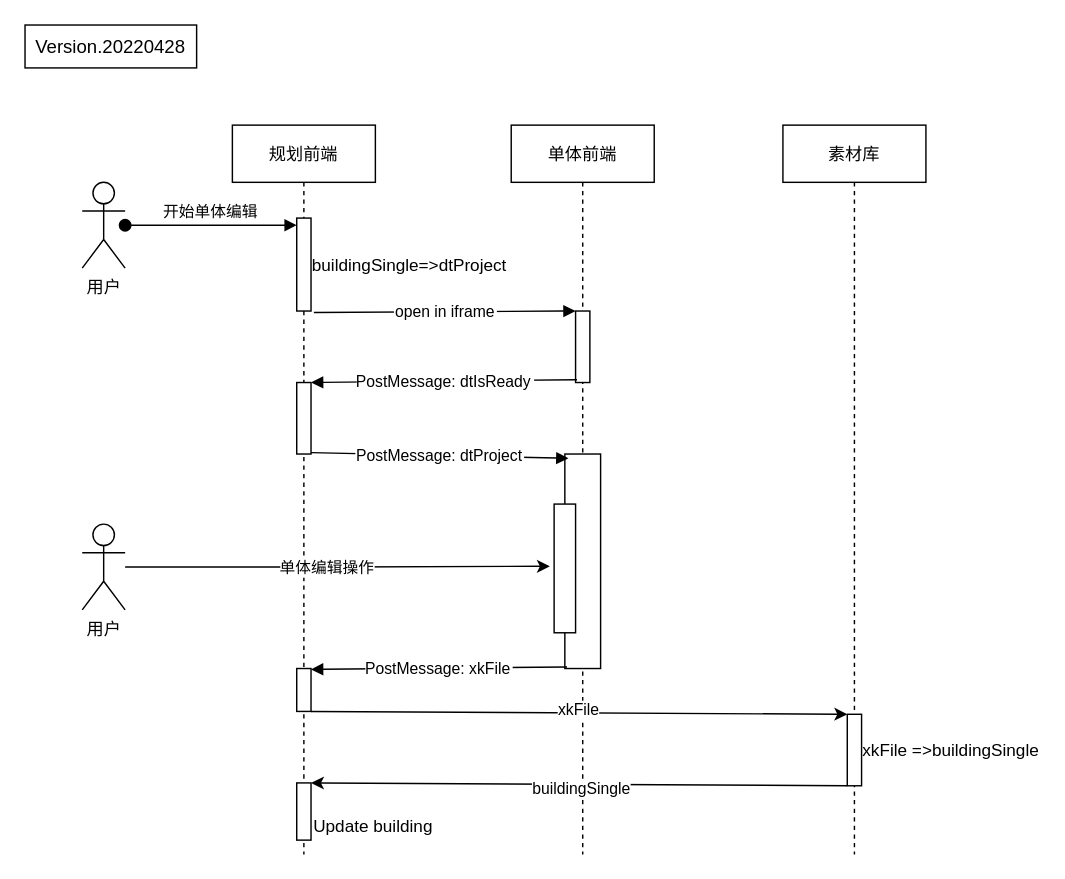
The draw.io diagram xk/edit_dt.sequence.drawio in fqd511/charts, before the edit. Source tidied: cells renumbered, new cells numbered last; positions are measured from the earlier drawing's top-left corner, leaving out a move shared by most shapes. Both pictures are drawn from the tidied source at 143%, with x=0, y=0 at pixel (24, 24).
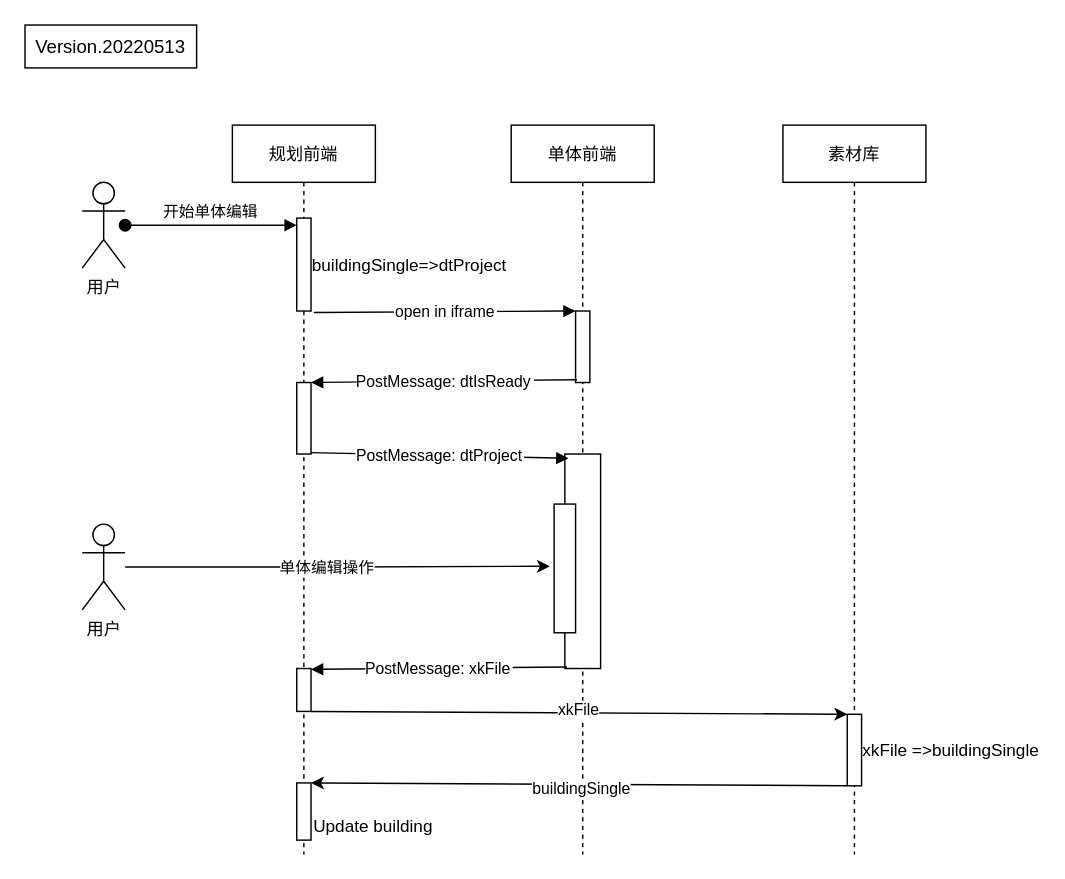
After the change.

The edit, as a diff of the source:
```diff
@@
-    <mxCell id="26" value="Version.20220428" style="rounded=0;whiteSpace=wrap;html=1;labelBorderColor=none;fontSize=13;fillColor=none;" parent="1" vertex="1">
+    <mxCell id="26" value="Version.20220513" style="rounded=0;whiteSpace=wrap;html=1;labelBorderColor=none;fontSize=13;fillColor=none;" parent="1" vertex="1">
       <mxGeometry width="120" height="30" as="geometry" />
     </mxCell>
```
